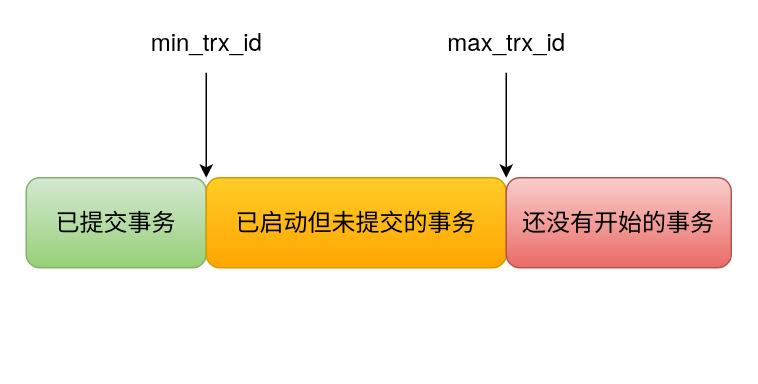
The draw.io diagram mysql/事务隔离/ReadView.drawio in xiaolincoder/ImageHost4, before the edit. Source tidied: cells renumbered, new cells numbered last; positions are measured from the earlier drawing's top-left corner, leaving out a move shared by most shapes. Both pictures are drawn from the tidied source at 150%, with x=0, y=0 at pixel (26, 27).
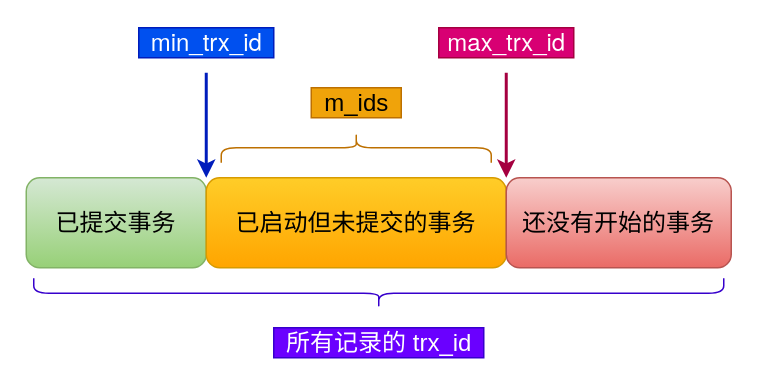
The same page after the edit.

The edit, as a diff of the source:
```diff
@@
 <mxGraphModel>
   <root>
     <mxCell id="0" />
     <mxCell id="1" parent="0" />
     <mxCell id="2" value="已提交事务" style="rounded=1;whiteSpace=wrap;html=1;fontSize=16;fillColor=#d5e8d4;gradientColor=#97d077;strokeColor=#82b366;" parent="1" vertex="1">
       <mxGeometry y="100" width="120" height="60" as="geometry" />
     </mxCell>
     <mxCell id="3" value="已启动但未提交的事务" style="rounded=1;whiteSpace=wrap;html=1;fontSize=16;fillColor=#ffcd28;gradientColor=#ffa500;strokeColor=#d79b00;" parent="1" vertex="1">
       <mxGeometry x="120" y="100" width="200" height="60" as="geometry" />
     </mxCell>
     <mxCell id="4" value="还没有开始的事务" style="rounded=1;whiteSpace=wrap;html=1;fontSize=16;fillColor=#f8cecc;gradientColor=#ea6b66;strokeColor=#b85450;" parent="1" vertex="1">
       <mxGeometry x="320" y="100" width="150" height="60" as="geometry" />
     </mxCell>
-    <mxCell id="5" style="endArrow=classic;html=1;rounded=0;fontSize=16;entryX=0;entryY=0;entryDx=0;entryDy=0;" parent="1" edge="1" target="3">
+    <mxCell id="5" style="endArrow=classic;html=1;rounded=0;fontSize=16;entryX=0;entryY=0;entryDx=0;entryDy=0;strokeWidth=2;fillColor=#0050ef;strokeColor=#001DBC;" parent="1" edge="1" target="3">
       <mxGeometry relative="1" as="geometry">
         <mxPoint x="120" y="30" as="sourcePoint" />
       </mxGeometry>
     </mxCell>
-    <mxCell id="6" value="&lt;span style=&quot;font-family: &amp;#34;helvetica neue&amp;#34; , &amp;#34;helvetica&amp;#34; , &amp;#34;arial&amp;#34; , sans-serif ; text-align: left ; background-color: rgb(255 , 255 , 255)&quot;&gt;min_trx_id&lt;/span&gt;" style="text;html=1;align=center;verticalAlign=middle;strokeColor=none;fillColor=none;fontSize=16;" parent="1" vertex="1">
+    <mxCell id="6" value="&lt;span style=&quot;font-family: &amp;quot;helvetica neue&amp;quot;, helvetica, arial, sans-serif; text-align: left;&quot;&gt;min_trx_id&lt;/span&gt;" style="text;html=1;align=center;verticalAlign=middle;strokeColor=#001DBC;fillColor=#0050ef;fontSize=16;fontColor=#FFFFFF;gradientColor=none;labelBackgroundColor=none;" parent="1" vertex="1">
       <mxGeometry x="75" width="90" height="20" as="geometry" />
     </mxCell>
-    <mxCell id="7" style="endArrow=classic;html=1;rounded=0;fontSize=16;fontColor=#000000;entryX=0;entryY=0;entryDx=0;entryDy=0;" parent="1" edge="1" target="4">
+    <mxCell id="7" style="endArrow=classic;html=1;rounded=0;fontSize=16;fontColor=#000000;entryX=0;entryY=0;entryDx=0;entryDy=0;strokeWidth=2;fillColor=#d80073;strokeColor=#A50040;" parent="1" edge="1" target="4">
       <mxGeometry relative="1" as="geometry">
         <mxPoint x="320" y="30" as="sourcePoint" />
       </mxGeometry>
     </mxCell>
-    <mxCell id="8" value="&lt;span style=&quot;font-family: &amp;quot;helvetica neue&amp;quot;, helvetica, arial, sans-serif; text-align: left;&quot;&gt;max_trx_id&lt;/span&gt;" style="text;html=1;align=center;verticalAlign=middle;strokeColor=none;fillColor=none;fontSize=16;fontColor=default;labelBackgroundColor=none;" parent="1" vertex="1">
+    <mxCell id="8" value="&lt;span style=&quot;font-family: &amp;quot;helvetica neue&amp;quot;, helvetica, arial, sans-serif; text-align: left;&quot;&gt;max_trx_id&lt;/span&gt;" style="text;html=1;align=center;verticalAlign=middle;strokeColor=#A50040;fillColor=#d80073;fontSize=16;fontColor=#ffffff;labelBackgroundColor=none;" parent="1" vertex="1">
       <mxGeometry x="275" width="90" height="20" as="geometry" />
     </mxCell>
+    <mxCell id="9" style="shape=curlyBracket;whiteSpace=wrap;html=1;rounded=1;flipH=1;rotation=90;fillColor=#6a00ff;fontColor=#ffffff;strokeColor=#3700CC;" parent="1" vertex="1">
+      <mxGeometry x="225" y="-53" width="20" height="460" as="geometry" />
+    </mxCell>
+    <mxCell id="10" value="所有记录的 trx_id" style="text;html=1;align=center;verticalAlign=middle;strokeColor=#3700CC;fillColor=#6a00ff;fontSize=16;fontColor=#ffffff;" parent="1" vertex="1">
+      <mxGeometry x="165" y="200" width="140" height="20" as="geometry" />
+    </mxCell>
+    <mxCell id="11" style="shape=curlyBracket;whiteSpace=wrap;html=1;rounded=1;labelBackgroundColor=none;fontSize=16;fontColor=#000000;rotation=90;fillColor=#f0a30a;strokeColor=#BD7000;" parent="1" vertex="1">
+      <mxGeometry x="210" y="-10" width="20" height="180" as="geometry" />
+    </mxCell>
+    <mxCell id="12" value="m_ids" style="text;html=1;align=center;verticalAlign=middle;strokeColor=#BD7000;fillColor=#f0a30a;fontSize=16;fontColor=#000000;" parent="1" vertex="1">
+      <mxGeometry x="190" y="40" width="60" height="20" as="geometry" />
+    </mxCell>
   </root>
 </mxGraphModel>
```
